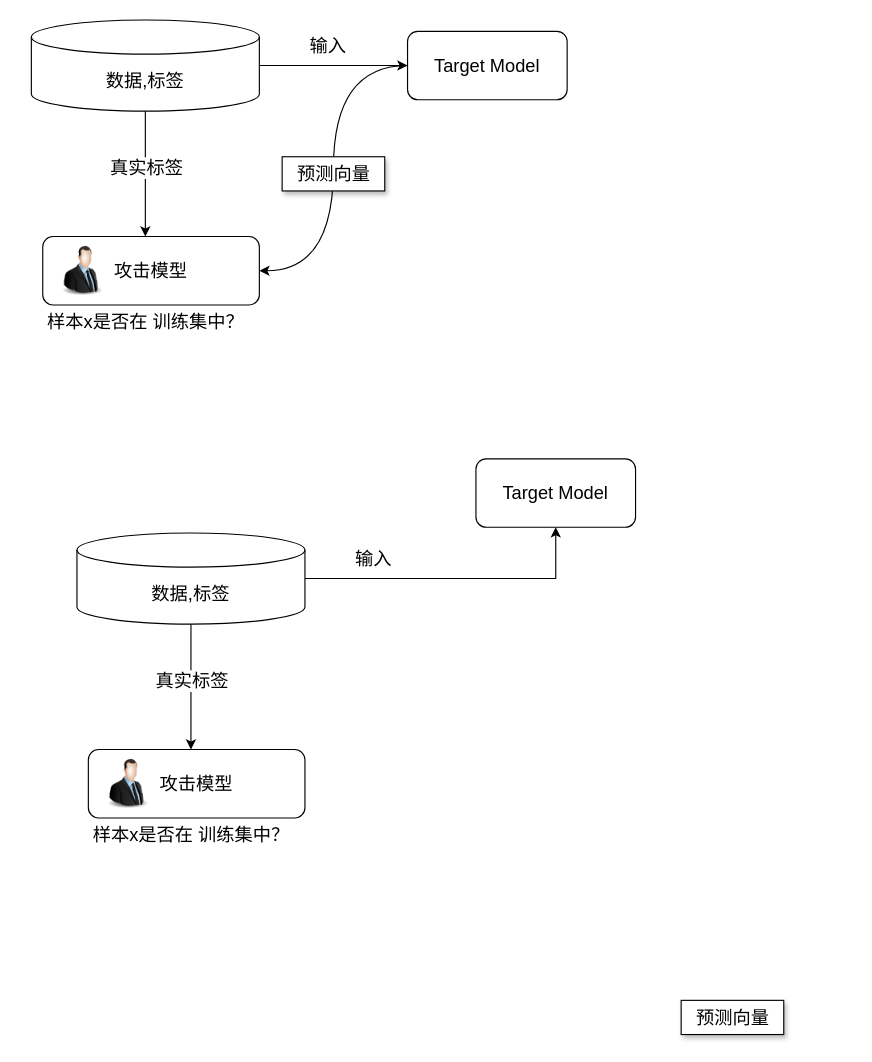
This is page "第 5 页" (5 of 7) of 未命名绘图.drawio from liangliuqi/whu-program, a draw.io file, before an edit. Source tidied: cells renumbered, new cells numbered last; positions are measured from the earlier drawing's top-left corner, leaving out a move shared by most shapes. Both pictures are drawn from the tidied source at 114%, with x=0, y=0 at pixel (19, 19).
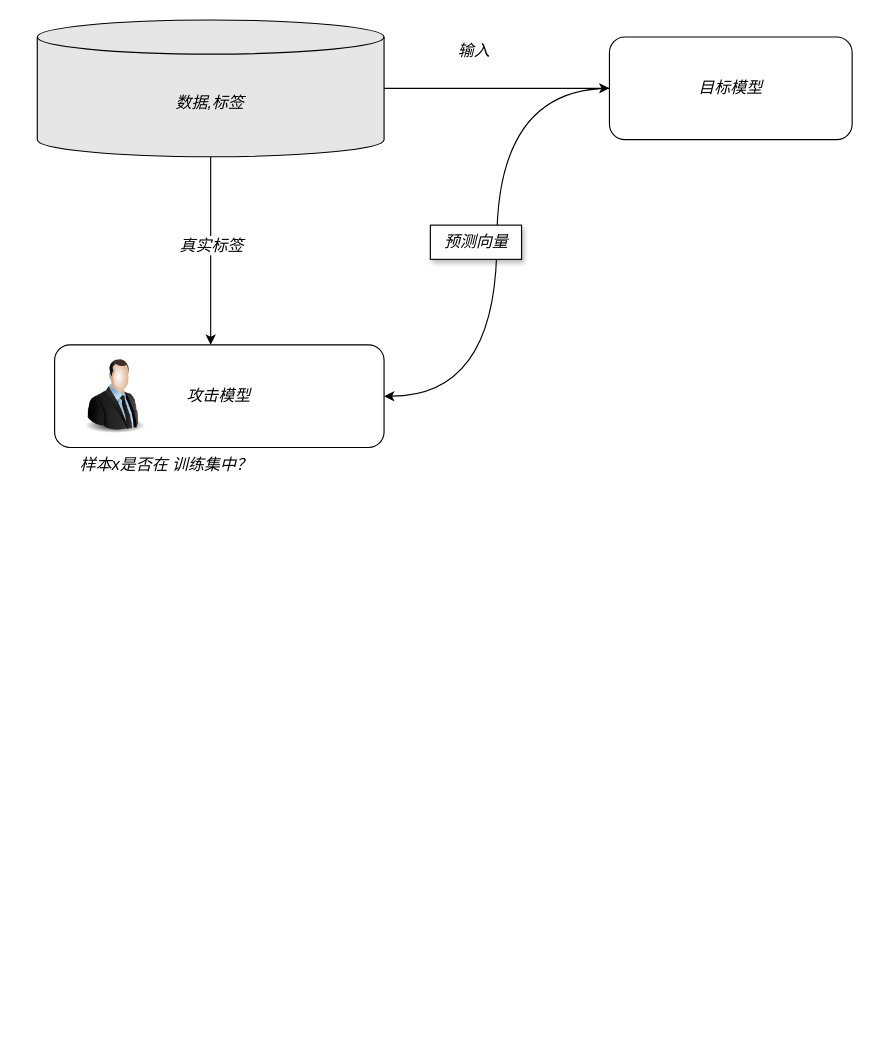
The same diagram, later.

Change to the diagram source:
```diff
@@
+    <mxCell id="25" style="group;fontStyle=0;fontSize=14;" parent="1" vertex="1">
+      <mxGeometry width="730" height="420" as="geometry" />
+    </mxCell>
-    <mxCell id="2" style="edgeStyle=orthogonalEdgeStyle;rounded=0;jettySize=auto;html=1;fontSize=16;labelBorderColor=none;" parent="1" edge="1" source="3" target="10">
+    <mxCell id="2" style="edgeStyle=orthogonalEdgeStyle;rounded=0;jettySize=auto;html=1;fontSize=14;labelBorderColor=none;fontStyle=2;" parent="25" edge="1" source="3" target="10">
       <mxGeometry relative="1" as="geometry" />
     </mxCell>
-    <mxCell id="3" value="数据,标签" style="shape=cylinder3;whiteSpace=wrap;html=1;boundedLbl=1;backgroundOutline=1;size=15;fontSize=16;labelBorderColor=none;" parent="1" vertex="1">
-      <mxGeometry x="10" width="200" height="80" as="geometry" />
+    <mxCell id="3" value="数据,标签" style="shape=cylinder3;whiteSpace=wrap;html=1;boundedLbl=1;backgroundOutline=1;size=15;fontSize=14;labelBorderColor=none;fontStyle=2;fillColor=#e6e6e6;" parent="25" vertex="1">
+      <mxGeometry x="15.2" width="304.2" height="120" as="geometry" />
     </mxCell>
-    <mxCell id="4" style="group;fontSize=16;labelBorderColor=none;" parent="1" vertex="1">
-      <mxGeometry y="190" width="210" height="60" as="geometry" />
+    <mxCell id="4" style="group;fontSize=14;labelBorderColor=none;fontStyle=2;" parent="25" vertex="1">
+      <mxGeometry y="285" width="319.4" height="90" as="geometry" />
     </mxCell>
-    <mxCell id="5" value="攻击模型" style="rounded=1;whiteSpace=wrap;html=1;fontSize=16;labelBorderColor=none;" parent="4" vertex="1">
-      <mxGeometry x="20" width="190" height="60" as="geometry" />
+    <mxCell id="5" value="攻击模型" style="rounded=1;whiteSpace=wrap;html=1;fontSize=14;labelBorderColor=none;fontStyle=2;" parent="4" vertex="1">
+      <mxGeometry x="30.4" width="289" height="90" as="geometry" />
     </mxCell>
-    <mxCell id="6" style="image;html=1;image=img/lib/clip_art/people/Suit_Man_128x128.png;fontSize=16;labelBorderColor=none;" parent="4" vertex="1">
-      <mxGeometry x="20" y="7.5" width="70" height="45" as="geometry" />
+    <mxCell id="6" style="image;html=1;image=img/lib/clip_art/people/Suit_Man_128x128.png;fontSize=14;labelBorderColor=none;fontStyle=2;" parent="4" vertex="1">
+      <mxGeometry x="30.4" y="11.2" width="106.5" height="67.5" as="geometry" />
     </mxCell>
-    <mxCell id="7" style="endArrow=classic;html=1;rounded=0;fontSize=16;labelBorderColor=none;" parent="1" edge="1" source="3">
+    <mxCell id="7" style="endArrow=classic;html=1;rounded=0;fontSize=14;labelBorderColor=none;fontStyle=2;" parent="25" edge="1" source="3">
       <mxGeometry relative="1" as="geometry">
-        <mxPoint x="110" y="190" as="targetPoint" />
+        <mxPoint x="167.3" y="285" as="targetPoint" />
       </mxGeometry>
     </mxCell>
-    <mxCell id="8" value="真实标签" style="edgeLabel;html=1;align=center;verticalAlign=middle;fontSize=16;labelBorderColor=none;" parent="7" vertex="1">
+    <mxCell id="8" value="真实标签" style="edgeLabel;html=1;align=center;verticalAlign=middle;fontSize=14;labelBorderColor=none;fontStyle=2;" parent="7" vertex="1">
       <mxGeometry relative="1" as="geometry">
         <mxPoint y="-6" as="offset" />
       </mxGeometry>
     </mxCell>
-    <mxCell id="9" style="edgeStyle=orthogonalEdgeStyle;curved=1;rounded=0;jettySize=auto;html=1;entryX=1;entryY=0.5;entryDx=0;entryDy=0;fontSize=16;labelBorderColor=none;" parent="1" edge="1" source="10" target="5">
+    <mxCell id="9" style="edgeStyle=orthogonalEdgeStyle;curved=1;rounded=0;jettySize=auto;html=1;entryX=1;entryY=0.5;entryDx=0;entryDy=0;fontSize=14;labelBorderColor=none;fontStyle=2;" parent="25" edge="1" source="10" target="5">
       <mxGeometry relative="1" as="geometry" />
     </mxCell>
-    <mxCell id="10" value="Target Model" style="rounded=1;whiteSpace=wrap;html=1;fontSize=16;labelBorderColor=none;" parent="1" vertex="1">
-      <mxGeometry x="340" y="10" width="140" height="60" as="geometry" />
+    <mxCell id="10" value="目标模型" style="rounded=1;whiteSpace=wrap;html=1;fontSize=14;labelBorderColor=none;fontStyle=2;" parent="25" vertex="1">
+      <mxGeometry x="517.1" y="15" width="212.9" height="90" as="geometry" />
     </mxCell>
-    <mxCell id="11" value="输入" style="text;html=1;align=center;verticalAlign=middle;strokeColor=none;fillColor=none;fontSize=16;labelBorderColor=none;" parent="1" vertex="1">
-      <mxGeometry x="240" y="8" width="60" height="30" as="geometry" />
+    <mxCell id="11" value="输入" style="text;html=1;align=center;verticalAlign=middle;strokeColor=none;fillColor=none;fontSize=14;labelBorderColor=none;fontStyle=2;" parent="25" vertex="1">
+      <mxGeometry x="372.6" y="12" width="50" height="30" as="geometry" />
     </mxCell>
-    <mxCell id="12" value="样本x是否在 训练集中？" style="text;html=1;align=center;verticalAlign=middle;strokeColor=none;fillColor=none;fontSize=16;labelBorderColor=none;" parent="1" vertex="1">
-      <mxGeometry x="10" y="250" width="200" height="30" as="geometry" />
+    <mxCell id="12" value="样本x是否在 训练集中？" style="text;html=1;align=center;verticalAlign=middle;strokeColor=none;fillColor=none;fontSize=14;labelBorderColor=none;fontStyle=2;" parent="25" vertex="1">
+      <mxGeometry x="43.2" y="375" width="170" height="30" as="geometry" />
     </mxCell>
-    <mxCell id="13" value="预测向量" style="text;html=1;align=center;verticalAlign=middle;fontSize=16;labelBorderColor=none;shadow=1;fillColor=default;fillStyle=auto;strokeColor=default;" parent="1" vertex="1">
-      <mxGeometry x="230" y="120" width="90" height="30" as="geometry" />
+    <mxCell id="13" value="预测向量" style="text;html=1;align=center;verticalAlign=middle;fontSize=14;labelBorderColor=none;shadow=1;fillColor=default;fillStyle=auto;strokeColor=default;fontStyle=2;" parent="25" vertex="1">
+      <mxGeometry x="360" y="180" width="80" height="30" as="geometry" />
     </mxCell>
-    <mxCell id="14" style="edgeStyle=orthogonalEdgeStyle;rounded=0;jettySize=auto;html=1;fontSize=16;labelBorderColor=none;" parent="1" edge="1" source="15" target="21">
-      <mxGeometry relative="1" as="geometry" />
-    </mxCell>
-    <mxCell id="15" value="数据,标签" style="shape=cylinder3;whiteSpace=wrap;html=1;boundedLbl=1;backgroundOutline=1;size=15;fontSize=16;labelBorderColor=none;" parent="1" vertex="1">
-      <mxGeometry x="50" y="450" width="200" height="80" as="geometry" />
-    </mxCell>
-    <mxCell id="16" style="group;fontSize=16;labelBorderColor=none;" parent="1" vertex="1">
-      <mxGeometry x="40" y="640" width="210" height="60" as="geometry" />
-    </mxCell>
-    <mxCell id="17" value="攻击模型" style="rounded=1;whiteSpace=wrap;html=1;fontSize=16;labelBorderColor=none;" parent="16" vertex="1">
-      <mxGeometry x="20" width="190" height="60" as="geometry" />
-    </mxCell>
-    <mxCell id="18" style="image;html=1;image=img/lib/clip_art/people/Suit_Man_128x128.png;fontSize=16;labelBorderColor=none;" parent="16" vertex="1">
-      <mxGeometry x="20" y="7.5" width="70" height="45" as="geometry" />
-    </mxCell>
-    <mxCell id="19" style="endArrow=classic;html=1;rounded=0;fontSize=16;labelBorderColor=none;" parent="1" edge="1" source="15">
-      <mxGeometry relative="1" as="geometry">
-        <mxPoint x="150" y="640" as="targetPoint" />
-      </mxGeometry>
-    </mxCell>
-    <mxCell id="20" value="真实标签" style="edgeLabel;html=1;align=center;verticalAlign=middle;fontSize=16;labelBorderColor=none;" parent="19" vertex="1">
-      <mxGeometry relative="1" as="geometry">
-        <mxPoint y="-6" as="offset" />
-      </mxGeometry>
-    </mxCell>
-    <mxCell id="21" value="Target Model" style="rounded=1;whiteSpace=wrap;html=1;fontSize=16;labelBorderColor=none;" parent="1" vertex="1">
-      <mxGeometry x="400" y="385" width="140" height="60" as="geometry" />
-    </mxCell>
-    <mxCell id="22" value="输入" style="text;html=1;align=center;verticalAlign=middle;strokeColor=none;fillColor=none;fontSize=16;labelBorderColor=none;" parent="1" vertex="1">
-      <mxGeometry x="280" y="458" width="60" height="30" as="geometry" />
-    </mxCell>
-    <mxCell id="23" value="样本x是否在 训练集中？" style="text;html=1;align=center;verticalAlign=middle;strokeColor=none;fillColor=none;fontSize=16;labelBorderColor=none;" parent="1" vertex="1">
-      <mxGeometry x="50" y="700" width="200" height="30" as="geometry" />
-    </mxCell>
-    <mxCell id="24" value="预测向量" style="text;html=1;align=center;verticalAlign=middle;fontSize=16;labelBorderColor=none;shadow=1;fillColor=default;fillStyle=auto;strokeColor=default;" parent="1" vertex="1">
-      <mxGeometry x="580" y="860" width="90" height="30" as="geometry" />
-    </mxCell>
```
